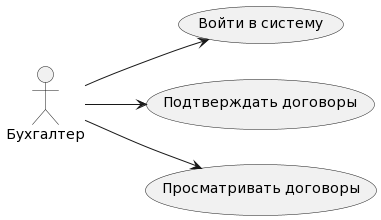
Earlier version of the PlantUML export Resource/Диаграммы вариантов использования/Бухгалтер (Основные возможности).png (MiFit1/OSOGO).
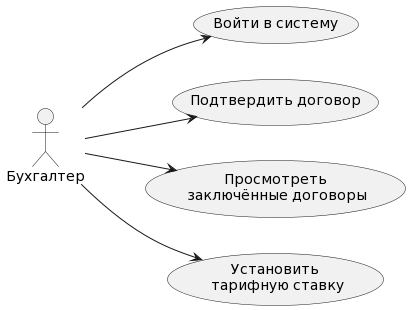
After the change.

Diff of the diagram source:
```diff
@@ -4,10 +4,12 @@
 actor "Бухгалтер" as fc
 
 usecase "Войти в систему" as UC1
-usecase "Подтверждать договоры" as UC2
-usecase "Просматривать договоры" as UC3
+usecase "Подтвердить договор" as UC2
+usecase "Просмотреть\n заключённые договоры" as UC3
+usecase "Установить\n тарифную ставку" as UC4
 
 fc --> UC1
 fc --> UC2
 fc --> UC3
+fc --> UC4
 @enduml
```
